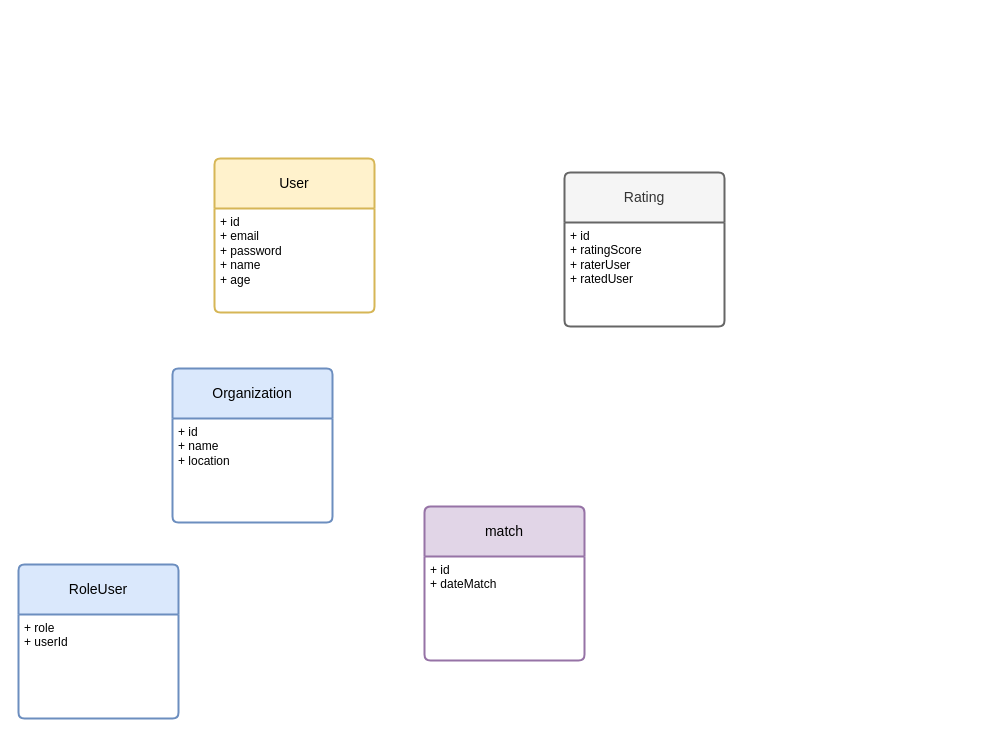
LaurentinoNicolas/beevolley keeps this draw.io diagram as page "Página-2" (2 of 3) of diagrams/beevolley.drawio. Above is the earlier version. Source tidied: cells renumbered, new cells numbered last; positions are measured from the earlier drawing's top-left corner, leaving out a move shared by most shapes. Both pictures are drawn from the tidied source at 100%, with x=0, y=0 at pixel (18, 158).
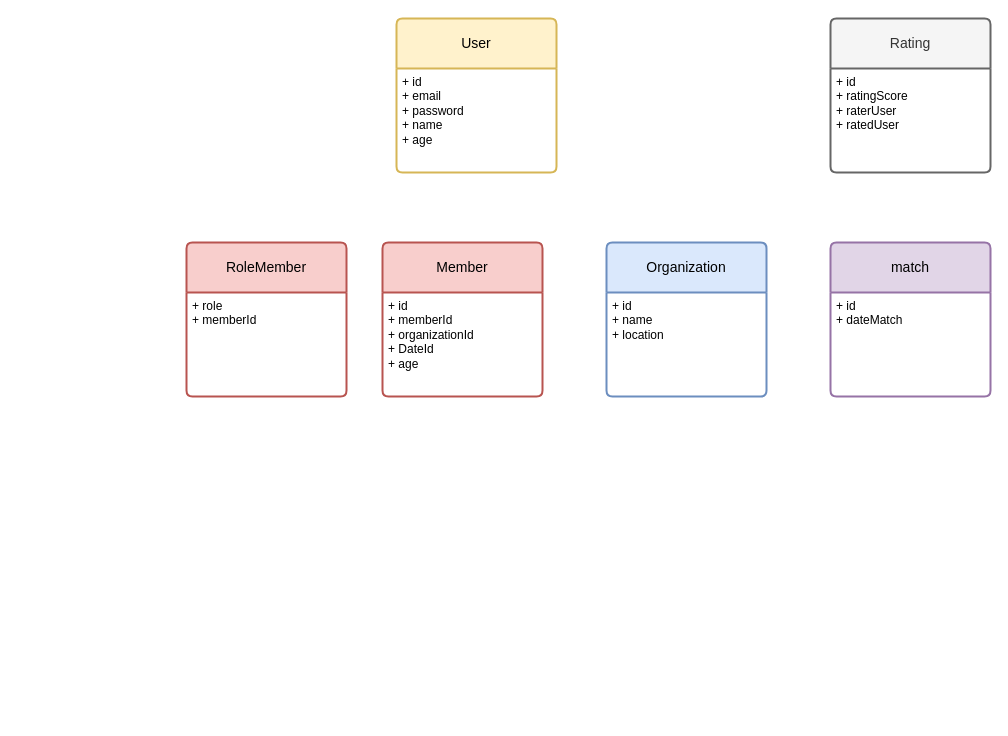
After the change.

The edit, as a diff of the source:
```diff
@@
 <mxGraphModel>
   <root>
     <mxCell id="0" />
     <mxCell id="1" parent="0" />
     <mxCell id="2" value="User" style="swimlane;horizontal=1;startSize=50;rounded=1;fontSize=14;fontStyle=0;strokeWidth=2;shadow=0;dashed=0;align=center;arcSize=4;whiteSpace=wrap;html=1;fillColor=#fff2cc;strokeColor=#d6b656;" parent="1" vertex="1">
-      <mxGeometry x="196" width="160" height="154" as="geometry" />
+      <mxGeometry x="378" y="-140" width="160" height="154" as="geometry" />
     </mxCell>
     <mxCell id="3" value="+ id&lt;div&gt;+ email&lt;br&gt;+ password&lt;br&gt;+ name&lt;div&gt;+ age&lt;/div&gt;&lt;/div&gt;" style="align=left;strokeColor=none;fillColor=none;spacingLeft=4;fontSize=12;verticalAlign=top;html=1;" parent="2" vertex="1">
       <mxGeometry y="50" width="160" height="104" as="geometry" />
     </mxCell>
     <mxCell id="4" value="Rating" style="swimlane;horizontal=1;startSize=50;rounded=1;fontSize=14;fontStyle=0;strokeWidth=2;shadow=0;dashed=0;align=center;arcSize=4;whiteSpace=wrap;html=1;fillColor=#f5f5f5;strokeColor=#666666;fontColor=#333333;" parent="1" vertex="1">
-      <mxGeometry x="546" y="14" width="160" height="154" as="geometry" />
+      <mxGeometry x="812" y="-140" width="160" height="154" as="geometry" />
     </mxCell>
     <mxCell id="5" value="+ id&lt;div&gt;+ ratingScore&lt;br&gt;+ raterUser&lt;br&gt;+ ratedUser&lt;/div&gt;" style="align=left;strokeColor=none;fillColor=none;spacingLeft=4;fontSize=12;verticalAlign=top;html=1;" parent="4" vertex="1">
       <mxGeometry y="50" width="160" height="104" as="geometry" />
     </mxCell>
     <mxCell id="6" value="Organization" style="swimlane;horizontal=1;startSize=50;rounded=1;fontSize=14;fontStyle=0;strokeWidth=2;shadow=0;dashed=0;align=center;arcSize=4;whiteSpace=wrap;html=1;fillColor=#dae8fc;strokeColor=#6c8ebf;" parent="1" vertex="1">
-      <mxGeometry x="154" y="210" width="160" height="154" as="geometry" />
+      <mxGeometry x="588" y="84" width="160" height="154" as="geometry" />
     </mxCell>
     <mxCell id="7" value="+ id&lt;div&gt;+ name&lt;/div&gt;&lt;div&gt;+ location&lt;br&gt;&lt;/div&gt;" style="align=left;strokeColor=none;fillColor=none;spacingLeft=4;fontSize=12;verticalAlign=top;html=1;" parent="6" vertex="1">
       <mxGeometry y="50" width="160" height="104" as="geometry" />
     </mxCell>
     <mxCell id="8" value="match" style="swimlane;horizontal=1;startSize=50;rounded=1;fontSize=14;fontStyle=0;strokeWidth=2;shadow=0;dashed=0;align=center;arcSize=4;whiteSpace=wrap;html=1;fillColor=#e1d5e7;strokeColor=#9673a6;" parent="1" vertex="1">
-      <mxGeometry x="406" y="348" width="160" height="154" as="geometry" />
+      <mxGeometry x="812" y="84" width="160" height="154" as="geometry" />
     </mxCell>
     <mxCell id="9" value="+ id&lt;div&gt;+ dateMatch&lt;/div&gt;&lt;div&gt;&lt;br&gt;&lt;/div&gt;" style="align=left;strokeColor=none;fillColor=none;spacingLeft=4;fontSize=12;verticalAlign=top;html=1;" parent="8" vertex="1">
       <mxGeometry y="50" width="160" height="104" as="geometry" />
     </mxCell>
-    <mxCell id="10" value="RoleUser" style="swimlane;horizontal=1;startSize=50;rounded=1;fontSize=14;fontStyle=0;strokeWidth=2;shadow=0;dashed=0;align=center;arcSize=4;whiteSpace=wrap;html=1;fillColor=#dae8fc;strokeColor=#6c8ebf;" parent="1" vertex="1">
-      <mxGeometry y="406" width="160" height="154" as="geometry" />
+    <mxCell id="10" value="RoleMember" style="swimlane;horizontal=1;startSize=50;rounded=1;fontSize=14;fontStyle=0;strokeWidth=2;shadow=0;dashed=0;align=center;arcSize=4;whiteSpace=wrap;html=1;fillColor=#f8cecc;strokeColor=#b85450;" parent="1" vertex="1">
+      <mxGeometry x="168" y="84" width="160" height="154" as="geometry" />
     </mxCell>
-    <mxCell id="11" value="+ role&lt;div&gt;+ userId&lt;br&gt;&lt;br&gt;&lt;br&gt;&lt;div&gt;&lt;br&gt;&lt;/div&gt;&lt;/div&gt;" style="align=left;strokeColor=none;fillColor=none;spacingLeft=4;fontSize=12;verticalAlign=top;html=1;" parent="10" vertex="1">
+    <mxCell id="11" value="+ role&lt;div&gt;+ memberId&lt;br&gt;&lt;br&gt;&lt;br&gt;&lt;div&gt;&lt;br&gt;&lt;/div&gt;&lt;/div&gt;" style="align=left;strokeColor=none;fillColor=none;spacingLeft=4;fontSize=12;verticalAlign=top;html=1;" parent="10" vertex="1">
       <mxGeometry y="50" width="160" height="104" as="geometry" />
     </mxCell>
+    <mxCell id="12" value="Member" style="swimlane;horizontal=1;startSize=50;rounded=1;fontSize=14;fontStyle=0;strokeWidth=2;shadow=0;dashed=0;align=center;arcSize=4;whiteSpace=wrap;html=1;fillColor=#f8cecc;strokeColor=#b85450;" parent="1" vertex="1">
+      <mxGeometry x="364" y="84" width="160" height="154" as="geometry" />
+    </mxCell>
+    <mxCell id="13" value="+ id&lt;div&gt;+ memberId&lt;br&gt;+ organizationId&lt;br&gt;+ DateId&lt;div&gt;+ age&lt;/div&gt;&lt;/div&gt;" style="align=left;strokeColor=none;fillColor=none;spacingLeft=4;fontSize=12;verticalAlign=top;html=1;" parent="12" vertex="1">
+      <mxGeometry y="50" width="160" height="104" as="geometry" />
+    </mxCell>
   </root>
 </mxGraphModel>
```
